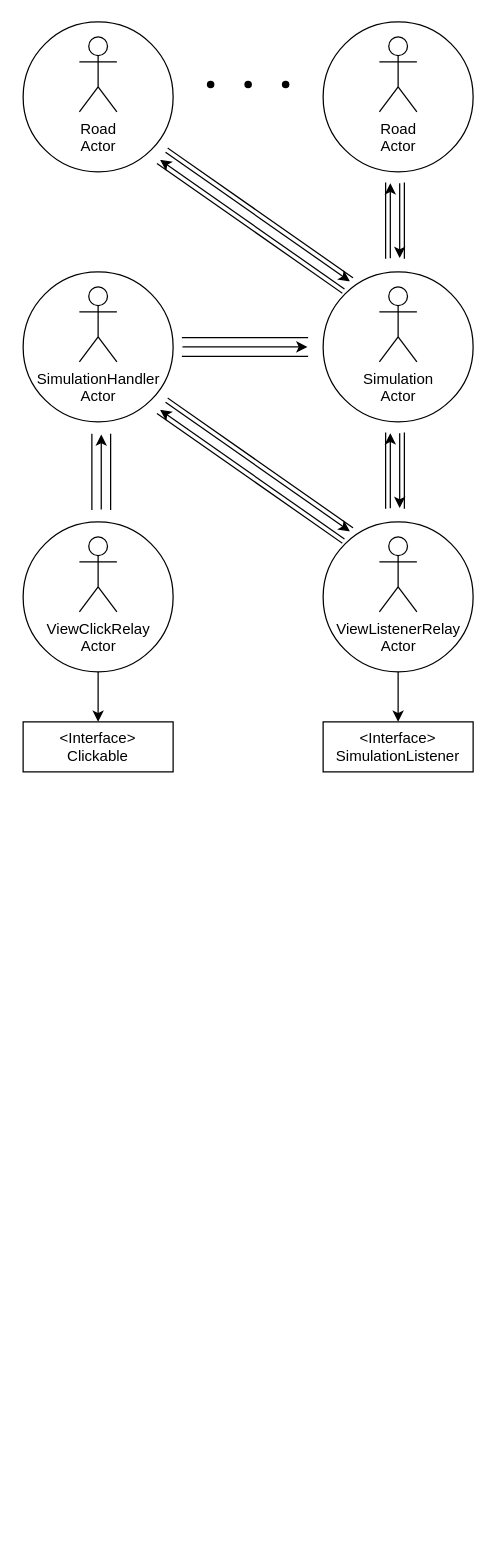
Before: page "Architecture" (1 of 2) of pt1/docs/PCD_ASS03_P1.drawio in zucchero-sintattico/PCD-ASS03-23-24, a draw.io diagram. Source tidied: cells renumbered, new cells numbered last; positions are measured from the earlier drawing's top-left corner, leaving out a move shared by most shapes. Both pictures are drawn from the tidied source at 125%, with x=0, y=0 at pixel (22, 21).
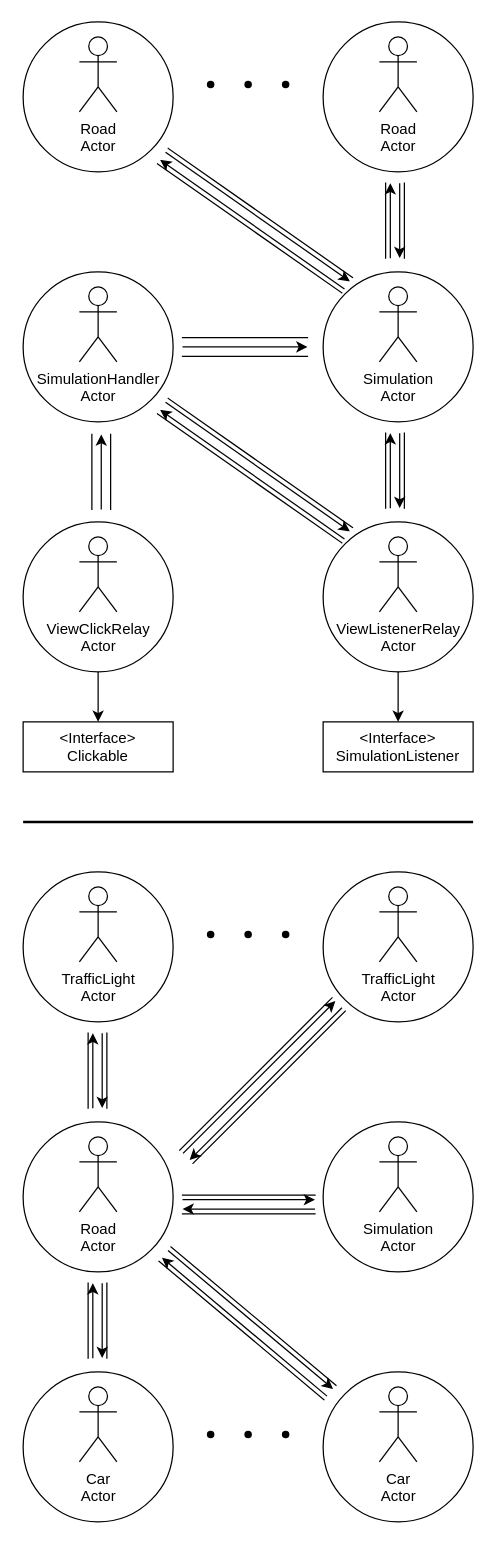
After the change.

Diff of the diagram source:
```diff
@@
+    <mxCell id="50" style="group;" parent="1" vertex="1">
+      <mxGeometry y="1080" width="120" height="120" as="geometry" />
+    </mxCell>
+    <mxCell id="51" style="ellipse;whiteSpace=wrap;html=1;" parent="50" vertex="1">
+      <mxGeometry width="120" height="120" as="geometry" />
+    </mxCell>
+    <mxCell id="52" value="&lt;span style=&quot;background-color: initial;&quot;&gt;Car&lt;/span&gt;&lt;div&gt;&lt;span style=&quot;background-color: initial;&quot;&gt;Actor&lt;/span&gt;&lt;div&gt;&lt;br&gt;&lt;/div&gt;&lt;/div&gt;" style="shape=umlActor;verticalLabelPosition=bottom;verticalAlign=top;html=1;" parent="50" vertex="1">
+      <mxGeometry x="45" y="12" width="30" height="60" as="geometry" />
+    </mxCell>
+    <mxCell id="53" style="group;" parent="1" vertex="1">
+      <mxGeometry x="240" y="1080" width="120" height="120" as="geometry" />
+    </mxCell>
+    <mxCell id="54" style="ellipse;whiteSpace=wrap;html=1;" parent="53" vertex="1">
+      <mxGeometry width="120" height="120" as="geometry" />
+    </mxCell>
+    <mxCell id="55" value="&lt;span style=&quot;background-color: initial;&quot;&gt;Car&lt;/span&gt;&lt;div&gt;&lt;span style=&quot;background-color: initial;&quot;&gt;Actor&lt;/span&gt;&lt;div&gt;&lt;br&gt;&lt;/div&gt;&lt;/div&gt;" style="shape=umlActor;verticalLabelPosition=bottom;verticalAlign=top;html=1;" parent="53" vertex="1">
+      <mxGeometry x="45" y="12" width="30" height="60" as="geometry" />
+    </mxCell>
+    <mxCell id="56" style="shape=waypoint;sketch=0;fillStyle=solid;size=6;fillColor=none;perimeter=centerPerimeter;" parent="1" vertex="1">
+      <mxGeometry x="140" y="1120" width="20" height="20" as="geometry" />
+    </mxCell>
+    <mxCell id="57" style="shape=waypoint;sketch=0;fillStyle=solid;size=6;fillColor=none;perimeter=centerPerimeter;" parent="1" vertex="1">
+      <mxGeometry x="170" y="1120" width="20" height="20" as="geometry" />
+    </mxCell>
+    <mxCell id="58" style="shape=waypoint;sketch=0;fillStyle=solid;size=6;fillColor=none;perimeter=centerPerimeter;" parent="1" vertex="1">
+      <mxGeometry x="200" y="1120" width="20" height="20" as="geometry" />
+    </mxCell>
+    <mxCell id="59" style="group;" parent="1" vertex="1">
+      <mxGeometry y="680" width="120" height="120" as="geometry" />
+    </mxCell>
+    <mxCell id="60" style="ellipse;whiteSpace=wrap;html=1;" parent="59" vertex="1">
+      <mxGeometry width="120" height="120" as="geometry" />
+    </mxCell>
+    <mxCell id="61" value="&lt;div&gt;TrafficLight&lt;/div&gt;&lt;div&gt;Actor&lt;/div&gt;" style="shape=umlActor;verticalLabelPosition=bottom;verticalAlign=top;html=1;" parent="59" vertex="1">
+      <mxGeometry x="45" y="12" width="30" height="60" as="geometry" />
+    </mxCell>
+    <mxCell id="62" style="group;" parent="1" vertex="1">
+      <mxGeometry x="240" y="680" width="120" height="120" as="geometry" />
+    </mxCell>
+    <mxCell id="63" style="ellipse;whiteSpace=wrap;html=1;" parent="62" vertex="1">
+      <mxGeometry width="120" height="120" as="geometry" />
+    </mxCell>
+    <mxCell id="64" value="&lt;div&gt;&lt;div&gt;TrafficLight&lt;/div&gt;&lt;div&gt;Actor&lt;/div&gt;&lt;/div&gt;" style="shape=umlActor;verticalLabelPosition=bottom;verticalAlign=top;html=1;" parent="62" vertex="1">
+      <mxGeometry x="45" y="12" width="30" height="60" as="geometry" />
+    </mxCell>
+    <mxCell id="65" style="shape=waypoint;sketch=0;fillStyle=solid;size=6;fillColor=none;perimeter=centerPerimeter;" parent="1" vertex="1">
+      <mxGeometry x="140" y="720" width="20" height="20" as="geometry" />
+    </mxCell>
+    <mxCell id="66" style="shape=waypoint;sketch=0;fillStyle=solid;size=6;fillColor=none;perimeter=centerPerimeter;" parent="1" vertex="1">
+      <mxGeometry x="170" y="720" width="20" height="20" as="geometry" />
+    </mxCell>
+    <mxCell id="67" style="shape=waypoint;sketch=0;fillStyle=solid;size=6;fillColor=none;perimeter=centerPerimeter;" parent="1" vertex="1">
+      <mxGeometry x="200" y="720" width="20" height="20" as="geometry" />
+    </mxCell>
+    <mxCell id="68" style="group;" parent="1" vertex="1">
+      <mxGeometry y="880" width="120" height="120" as="geometry" />
+    </mxCell>
+    <mxCell id="69" style="ellipse;whiteSpace=wrap;html=1;" parent="68" vertex="1">
+      <mxGeometry width="120" height="120" as="geometry" />
+    </mxCell>
+    <mxCell id="70" value="Road&lt;div&gt;Actor&lt;/div&gt;&lt;div&gt;&lt;br&gt;&lt;/div&gt;" style="shape=umlActor;verticalLabelPosition=bottom;verticalAlign=top;html=1;" parent="68" vertex="1">
+      <mxGeometry x="45" y="12" width="30" height="60" as="geometry" />
+    </mxCell>
+    <mxCell id="71" style="ellipse;whiteSpace=wrap;html=1;" parent="1" vertex="1">
+      <mxGeometry x="240" y="880" width="120" height="120" as="geometry" />
+    </mxCell>
+    <mxCell id="72" value="Simulation&lt;div&gt;Actor&lt;/div&gt;&lt;div&gt;&lt;br&gt;&lt;/div&gt;" style="shape=umlActor;verticalLabelPosition=bottom;verticalAlign=top;html=1;" parent="1" vertex="1">
+      <mxGeometry x="285" y="892" width="30" height="60" as="geometry" />
+    </mxCell>
+    <mxCell id="73" style="group;rotation=0;" parent="1" vertex="1">
+      <mxGeometry x="56" y="810" width="15" height="60" as="geometry" />
+    </mxCell>
+    <mxCell id="74" style="shape=partialRectangle;whiteSpace=wrap;html=1;top=0;bottom=0;fillColor=none;direction=east;rotation=0;" parent="73" vertex="1">
+      <mxGeometry x="-4" y="-1" width="15" height="60" as="geometry" />
+    </mxCell>
+    <mxCell id="75" style="endArrow=classic;html=1;rounded=0;entryX=0.25;entryY=0;entryDx=0;entryDy=0;exitX=0.25;exitY=1;exitDx=0;exitDy=0;" parent="73" edge="1" source="74" target="74">
+      <mxGeometry relative="1" as="geometry" />
+    </mxCell>
+    <mxCell id="76" style="endArrow=classic;html=1;rounded=0;entryX=0.75;entryY=1;entryDx=0;entryDy=0;exitX=0.75;exitY=0;exitDx=0;exitDy=0;" parent="73" edge="1" source="74" target="74">
+      <mxGeometry relative="1" as="geometry" />
+    </mxCell>
+    <mxCell id="77" style="group;rotation=0;" parent="1" vertex="1">
+      <mxGeometry x="56" y="1010" width="15" height="60" as="geometry" />
+    </mxCell>
+    <mxCell id="78" style="shape=partialRectangle;whiteSpace=wrap;html=1;top=0;bottom=0;fillColor=none;direction=east;rotation=0;" parent="77" vertex="1">
+      <mxGeometry x="-4" y="-1" width="15" height="60" as="geometry" />
+    </mxCell>
+    <mxCell id="79" style="endArrow=classic;html=1;rounded=0;entryX=0.25;entryY=0;entryDx=0;entryDy=0;exitX=0.25;exitY=1;exitDx=0;exitDy=0;" parent="77" edge="1" source="78" target="78">
+      <mxGeometry relative="1" as="geometry" />
+    </mxCell>
+    <mxCell id="80" style="endArrow=classic;html=1;rounded=0;entryX=0.75;entryY=1;entryDx=0;entryDy=0;exitX=0.75;exitY=0;exitDx=0;exitDy=0;" parent="77" edge="1" source="78" target="78">
+      <mxGeometry relative="1" as="geometry" />
+    </mxCell>
+    <mxCell id="81" style="group;rotation=45;" parent="1" vertex="1">
+      <mxGeometry x="149.5" y="746.8" width="49.5" height="186.3" as="geometry" />
+    </mxCell>
+    <mxCell id="82" style="shape=partialRectangle;whiteSpace=wrap;html=1;top=0;bottom=0;fillColor=none;direction=east;rotation=45;" parent="81" vertex="1">
+      <mxGeometry x="34.5" y="14" width="15" height="172.3" as="geometry" />
+    </mxCell>
+    <mxCell id="83" style="endArrow=classic;html=1;rounded=0;entryX=0.25;entryY=0;entryDx=0;entryDy=0;exitX=0.25;exitY=1;exitDx=0;exitDy=0;" parent="81" edge="1" source="82" target="82">
+      <mxGeometry relative="1" as="geometry" />
+    </mxCell>
+    <mxCell id="84" style="endArrow=classic;html=1;rounded=0;entryX=0.75;entryY=1;entryDx=0;entryDy=0;exitX=0.75;exitY=0;exitDx=0;exitDy=0;" parent="81" edge="1" source="82" target="82">
+      <mxGeometry relative="1" as="geometry" />
+    </mxCell>
+    <mxCell id="85" style="group;rotation=90;" parent="1" vertex="1">
+      <mxGeometry x="149" y="920" width="39" height="79" as="geometry" />
+    </mxCell>
+    <mxCell id="86" style="shape=partialRectangle;whiteSpace=wrap;html=1;top=0;bottom=0;fillColor=none;direction=east;rotation=90;" parent="85" vertex="1">
+      <mxGeometry x="24" y="-27" width="15" height="106" as="geometry" />
+    </mxCell>
+    <mxCell id="87" style="endArrow=classic;html=1;rounded=0;entryX=0.25;entryY=0;entryDx=0;entryDy=0;exitX=0.25;exitY=1;exitDx=0;exitDy=0;" parent="85" edge="1" source="86" target="86">
+      <mxGeometry relative="1" as="geometry" />
+    </mxCell>
+    <mxCell id="88" style="endArrow=classic;html=1;rounded=0;entryX=0.75;entryY=1;entryDx=0;entryDy=0;exitX=0.75;exitY=0;exitDx=0;exitDy=0;" parent="85" edge="1" source="86" target="86">
+      <mxGeometry relative="1" as="geometry" />
+    </mxCell>
+    <mxCell id="89" style="group;rotation=130;" parent="1" vertex="1">
+      <mxGeometry x="160" y="930" width="49.5" height="186.3" as="geometry" />
+    </mxCell>
+    <mxCell id="90" style="shape=partialRectangle;whiteSpace=wrap;html=1;top=0;bottom=0;fillColor=none;direction=east;rotation=130;" parent="89" vertex="1">
+      <mxGeometry x="12" y="25" width="15" height="172.3" as="geometry" />
+    </mxCell>
+    <mxCell id="91" style="endArrow=classic;html=1;rounded=0;entryX=0.25;entryY=0;entryDx=0;entryDy=0;exitX=0.25;exitY=1;exitDx=0;exitDy=0;" parent="89" edge="1" source="90" target="90">
+      <mxGeometry relative="1" as="geometry" />
+    </mxCell>
+    <mxCell id="92" style="endArrow=classic;html=1;rounded=0;entryX=0.75;entryY=1;entryDx=0;entryDy=0;exitX=0.75;exitY=0;exitDx=0;exitDy=0;" parent="89" edge="1" source="90" target="90">
+      <mxGeometry relative="1" as="geometry" />
+    </mxCell>
+    <mxCell id="93" style="line;strokeWidth=2;html=1;" parent="1" vertex="1">
+      <mxGeometry y="630" width="360" height="20" as="geometry" />
+    </mxCell>
```
